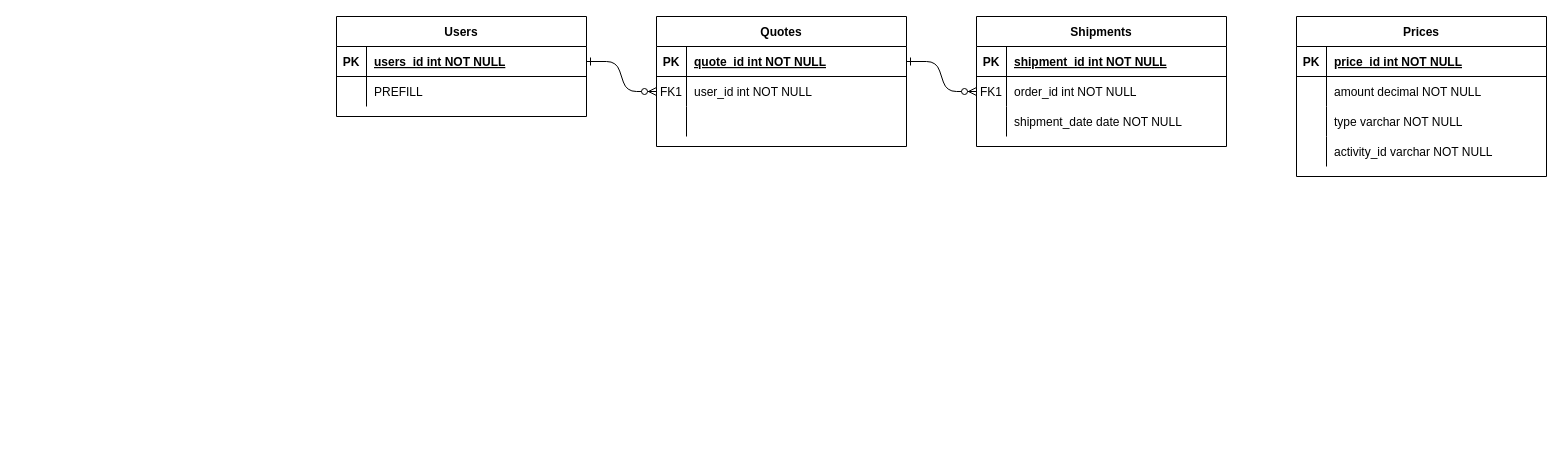
Earlier version of the draw.io diagram Diagrama sin título.drawio (Pcbtroniks/quote). Source tidied: cells renumbered, new cells numbered last; positions are measured from the earlier drawing's top-left corner, leaving out a move shared by most shapes. Both pictures are drawn from the tidied source at 100%, with x=0, y=0 at pixel (336, 16).
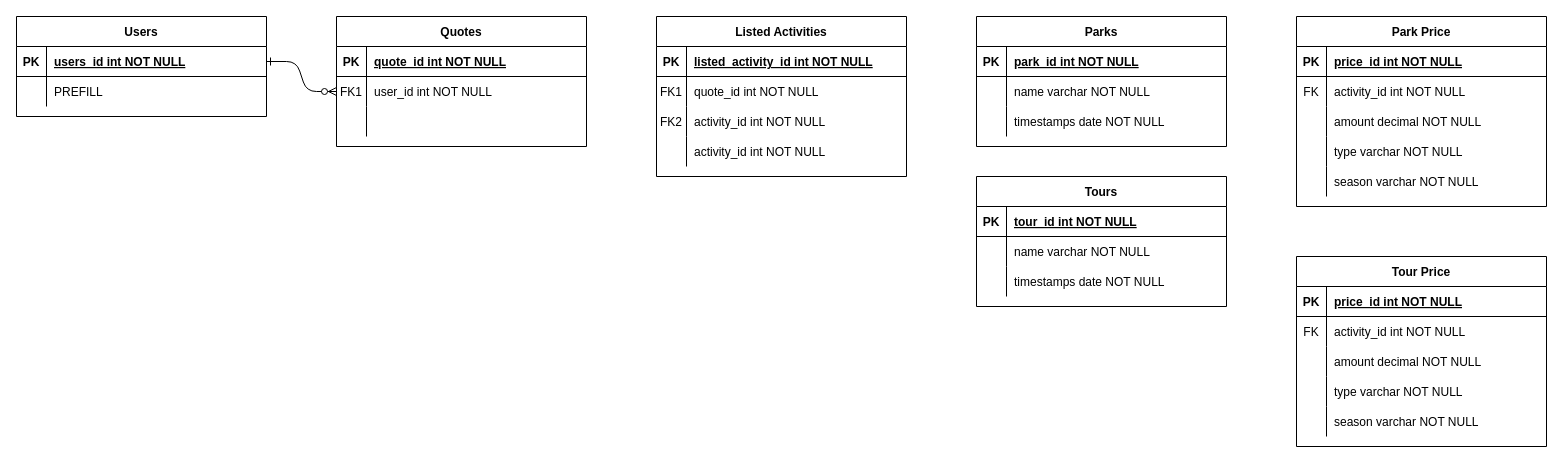
After the change.

Unchanged cells that the change refers to:
```xml
<mxCell id="5" style="shape=partialRectangle;fillColor=none;points=[[0,0.5],[1,0.5]];portConstraint=eastwest;top=0;left=0;right=0;bottom=1;" parent="4" vertex="1">
  <mxGeometry y="30" width="250" height="30" as="geometry" />
</mxCell>
<mxCell id="15" style="shape=partialRectangle;fillColor=none;top=0;left=0;right=0;bottom=1;" parent="14" vertex="1">
  <mxGeometry y="30" width="250" height="30" as="geometry" />
</mxCell>
<mxCell id="18" style="shape=partialRectangle;fillColor=none;points=[[0,0.5],[1,0.5]];portConstraint=eastwest;top=0;left=0;right=0;bottom=0;" parent="14" vertex="1">
  <mxGeometry y="60" width="250" height="30" as="geometry" />
</mxCell>
<mxCell id="21" style="shape=partialRectangle;fillColor=none;top=0;left=0;right=0;bottom=0;" parent="14" vertex="1">
  <mxGeometry y="90" width="250" height="30" as="geometry" />
</mxCell>
```

The edit, as a diff of the source:
```diff
@@
-    <mxCell id="3" style="edgeStyle=entityRelationEdgeStyle;endArrow=ERzeroToMany;startArrow=ERone;endFill=1;startFill=0;" parent="1" edge="1" source="5" target="18">
-      <mxGeometry relative="1" as="geometry" />
-    </mxCell>
     <mxCell id="4" value="Quotes" style="shape=table;startSize=30;childLayout=tableLayout;rowLines=0;fontStyle=1;align=center;" parent="1" vertex="1">
-      <mxGeometry x="320" width="250" height="130" as="geometry" />
+      <mxGeometry width="250" height="130" as="geometry" />
     </mxCell>
@@
-    <mxCell id="14" value="Shipments" style="shape=table;startSize=30;childLayout=tableLayout;rowLines=0;fontStyle=1;align=center;" parent="1" vertex="1">
+    <mxCell id="14" value="Parks" style="shape=table;startSize=30;childLayout=tableLayout;rowLines=0;fontStyle=1;align=center;" parent="1" vertex="1">
       <mxGeometry x="640" width="250" height="130" as="geometry" />
     </mxCell>
@@
-    <mxCell id="17" value="shipment_id int NOT NULL " style="shape=partialRectangle;overflow=hidden;fillColor=none;top=0;left=0;bottom=0;right=0;align=left;spacingLeft=6;fontStyle=5;" parent="15" vertex="1">
+    <mxCell id="17" value="park_id int NOT NULL " style="shape=partialRectangle;overflow=hidden;fillColor=none;top=0;left=0;bottom=0;right=0;align=left;spacingLeft=6;fontStyle=5;" parent="15" vertex="1">
       <mxGeometry x="30" width="220" height="30" as="geometry" />
     </mxCell>
@@
-    <mxCell id="19" value="FK1" style="shape=partialRectangle;overflow=hidden;fillColor=none;top=0;left=0;bottom=0;right=0;" parent="18" vertex="1">
+    <mxCell id="19" style="shape=partialRectangle;overflow=hidden;fillColor=none;top=0;left=0;bottom=0;right=0;" parent="18" vertex="1">
       <mxGeometry width="30" height="30" as="geometry" />
     </mxCell>
-    <mxCell id="20" value="order_id int NOT NULL" style="shape=partialRectangle;overflow=hidden;fillColor=none;top=0;left=0;bottom=0;right=0;align=left;spacingLeft=6;" parent="18" vertex="1">
+    <mxCell id="20" value="name varchar NOT NULL" style="shape=partialRectangle;overflow=hidden;fillColor=none;top=0;left=0;bottom=0;right=0;align=left;spacingLeft=6;" parent="18" vertex="1">
       <mxGeometry x="30" width="220" height="30" as="geometry" />
     </mxCell>
@@
-    <mxCell id="23" value="shipment_date date NOT NULL" style="shape=partialRectangle;overflow=hidden;fillColor=none;top=0;left=0;bottom=0;right=0;align=left;spacingLeft=6;" parent="21" vertex="1">
+    <mxCell id="23" value="timestamps date NOT NULL" style="shape=partialRectangle;overflow=hidden;fillColor=none;top=0;left=0;bottom=0;right=0;align=left;spacingLeft=6;" parent="21" vertex="1">
       <mxGeometry x="30" width="220" height="30" as="geometry" />
     </mxCell>
     <mxCell id="24" value="Users" style="shape=table;startSize=30;childLayout=tableLayout;rowLines=0;fontStyle=1;align=center;" parent="1" vertex="1">
-      <mxGeometry width="250" height="100" as="geometry" />
+      <mxGeometry x="-320" width="250" height="100" as="geometry" />
     </mxCell>
@@
-    <mxCell id="31" value="Prices" style="shape=table;startSize=30;childLayout=tableLayout;rowLines=0;fontStyle=1;align=center;" parent="1" vertex="1">
-      <mxGeometry x="960" width="250" height="160" as="geometry" />
+    <mxCell id="31" value="Park Price" style="shape=table;startSize=30;childLayout=tableLayout;rowLines=0;fontStyle=1;align=center;" parent="1" vertex="1">
+      <mxGeometry x="960" width="250" height="190" as="geometry" />
     </mxCell>
@@
+    <mxCell id="41" style="shape=partialRectangle;fillColor=none;top=0;left=0;right=0;bottom=0;" parent="31" vertex="1">
+      <mxGeometry y="60" width="250" height="30" as="geometry" />
+    </mxCell>
+    <mxCell id="42" value="FK" style="shape=partialRectangle;overflow=hidden;fillColor=none;top=0;left=0;bottom=0;right=0;" parent="41" vertex="1">
+      <mxGeometry width="30" height="30" as="geometry" />
+    </mxCell>
+    <mxCell id="43" value="activity_id int NOT NULL" style="shape=partialRectangle;overflow=hidden;fillColor=none;top=0;left=0;bottom=0;right=0;align=left;spacingLeft=6;" parent="41" vertex="1">
+      <mxGeometry x="30" width="220" height="30" as="geometry" />
+    </mxCell>
     <mxCell id="35" style="shape=partialRectangle;fillColor=none;top=0;left=0;right=0;bottom=0;" parent="31" vertex="1">
-      <mxGeometry y="60" width="250" height="30" as="geometry" />
+      <mxGeometry y="90" width="250" height="30" as="geometry" />
     </mxCell>
@@
     <mxCell id="38" style="shape=partialRectangle;fillColor=none;top=0;left=0;right=0;bottom=0;" parent="31" vertex="1">
-      <mxGeometry y="90" width="250" height="30" as="geometry" />
+      <mxGeometry y="120" width="250" height="30" as="geometry" />
     </mxCell>
@@
-    <mxCell id="41" style="shape=partialRectangle;fillColor=none;top=0;left=0;right=0;bottom=0;" parent="31" vertex="1">
-      <mxGeometry y="120" width="250" height="30" as="geometry" />
-    </mxCell>
-    <mxCell id="42" style="shape=partialRectangle;overflow=hidden;fillColor=none;top=0;left=0;bottom=0;right=0;" parent="41" vertex="1">
-      <mxGeometry width="30" height="30" as="geometry" />
-    </mxCell>
-    <mxCell id="43" value="activity_id varchar NOT NULL" style="shape=partialRectangle;overflow=hidden;fillColor=none;top=0;left=0;bottom=0;right=0;align=left;spacingLeft=6;" parent="41" vertex="1">
-      <mxGeometry x="30" width="220" height="30" as="geometry" />
-    </mxCell>
+    <mxCell id="44" style="shape=partialRectangle;fillColor=none;top=0;left=0;right=0;bottom=0;" parent="31" vertex="1">
+      <mxGeometry y="150" width="250" height="30" as="geometry" />
+    </mxCell>
+    <mxCell id="45" style="shape=partialRectangle;overflow=hidden;fillColor=none;top=0;left=0;bottom=0;right=0;" parent="44" vertex="1">
+      <mxGeometry width="30" height="30" as="geometry" />
+    </mxCell>
+    <mxCell id="46" value="season varchar NOT NULL" style="shape=partialRectangle;overflow=hidden;fillColor=none;top=0;left=0;bottom=0;right=0;align=left;spacingLeft=6;" parent="44" vertex="1">
+      <mxGeometry x="30" width="220" height="30" as="geometry" />
+    </mxCell>
+    <mxCell id="47" value="Tour Price" style="shape=table;startSize=30;childLayout=tableLayout;rowLines=0;fontStyle=1;align=center;" parent="1" vertex="1">
+      <mxGeometry x="960" y="240" width="250" height="190" as="geometry" />
+    </mxCell>
+    <mxCell id="48" style="shape=partialRectangle;fillColor=none;top=0;left=0;right=0;bottom=1;" parent="47" vertex="1">
+      <mxGeometry y="30" width="250" height="30" as="geometry" />
+    </mxCell>
+    <mxCell id="49" value="PK" style="shape=partialRectangle;overflow=hidden;fillColor=none;top=0;left=0;bottom=0;right=0;fontStyle=1;" parent="48" vertex="1">
+      <mxGeometry width="30" height="30" as="geometry" />
+    </mxCell>
+    <mxCell id="50" value="price_id int NOT NULL " style="shape=partialRectangle;overflow=hidden;fillColor=none;top=0;left=0;bottom=0;right=0;align=left;spacingLeft=6;fontStyle=5;" parent="48" vertex="1">
+      <mxGeometry x="30" width="220" height="30" as="geometry" />
+    </mxCell>
+    <mxCell id="51" style="shape=partialRectangle;fillColor=none;top=0;left=0;right=0;bottom=0;" parent="47" vertex="1">
+      <mxGeometry y="60" width="250" height="30" as="geometry" />
+    </mxCell>
+    <mxCell id="52" value="FK" style="shape=partialRectangle;overflow=hidden;fillColor=none;top=0;left=0;bottom=0;right=0;" parent="51" vertex="1">
+      <mxGeometry width="30" height="30" as="geometry" />
+    </mxCell>
+    <mxCell id="53" value="activity_id int NOT NULL" style="shape=partialRectangle;overflow=hidden;fillColor=none;top=0;left=0;bottom=0;right=0;align=left;spacingLeft=6;" parent="51" vertex="1">
+      <mxGeometry x="30" width="220" height="30" as="geometry" />
+    </mxCell>
+    <mxCell id="54" style="shape=partialRectangle;fillColor=none;top=0;left=0;right=0;bottom=0;" parent="47" vertex="1">
+      <mxGeometry y="90" width="250" height="30" as="geometry" />
+    </mxCell>
+    <mxCell id="55" style="shape=partialRectangle;overflow=hidden;fillColor=none;top=0;left=0;bottom=0;right=0;" parent="54" vertex="1">
+      <mxGeometry width="30" height="30" as="geometry" />
+    </mxCell>
+    <mxCell id="56" value="amount decimal NOT NULL" style="shape=partialRectangle;overflow=hidden;fillColor=none;top=0;left=0;bottom=0;right=0;align=left;spacingLeft=6;" parent="54" vertex="1">
+      <mxGeometry x="30" width="220" height="30" as="geometry" />
+    </mxCell>
+    <mxCell id="57" style="shape=partialRectangle;fillColor=none;top=0;left=0;right=0;bottom=0;" parent="47" vertex="1">
+      <mxGeometry y="120" width="250" height="30" as="geometry" />
+    </mxCell>
+    <mxCell id="58" style="shape=partialRectangle;overflow=hidden;fillColor=none;top=0;left=0;bottom=0;right=0;" parent="57" vertex="1">
+      <mxGeometry width="30" height="30" as="geometry" />
+    </mxCell>
+    <mxCell id="59" value="type varchar NOT NULL" style="shape=partialRectangle;overflow=hidden;fillColor=none;top=0;left=0;bottom=0;right=0;align=left;spacingLeft=6;" parent="57" vertex="1">
+      <mxGeometry x="30" width="220" height="30" as="geometry" />
+    </mxCell>
+    <mxCell id="60" style="shape=partialRectangle;fillColor=none;top=0;left=0;right=0;bottom=0;" parent="47" vertex="1">
+      <mxGeometry y="150" width="250" height="30" as="geometry" />
+    </mxCell>
+    <mxCell id="61" style="shape=partialRectangle;overflow=hidden;fillColor=none;top=0;left=0;bottom=0;right=0;" parent="60" vertex="1">
+      <mxGeometry width="30" height="30" as="geometry" />
+    </mxCell>
+    <mxCell id="62" value="season varchar NOT NULL" style="shape=partialRectangle;overflow=hidden;fillColor=none;top=0;left=0;bottom=0;right=0;align=left;spacingLeft=6;" parent="60" vertex="1">
+      <mxGeometry x="30" width="220" height="30" as="geometry" />
+    </mxCell>
+    <mxCell id="63" value="Tours" style="shape=table;startSize=30;childLayout=tableLayout;rowLines=0;fontStyle=1;align=center;" parent="1" vertex="1">
+      <mxGeometry x="640" y="160" width="250" height="130" as="geometry" />
+    </mxCell>
+    <mxCell id="64" style="shape=partialRectangle;fillColor=none;top=0;left=0;right=0;bottom=1;" parent="63" vertex="1">
+      <mxGeometry y="30" width="250" height="30" as="geometry" />
+    </mxCell>
+    <mxCell id="65" value="PK" style="shape=partialRectangle;overflow=hidden;fillColor=none;top=0;left=0;bottom=0;right=0;fontStyle=1;" parent="64" vertex="1">
+      <mxGeometry width="30" height="30" as="geometry" />
+    </mxCell>
+    <mxCell id="66" value="tour_id int NOT NULL " style="shape=partialRectangle;overflow=hidden;fillColor=none;top=0;left=0;bottom=0;right=0;align=left;spacingLeft=6;fontStyle=5;" parent="64" vertex="1">
+      <mxGeometry x="30" width="220" height="30" as="geometry" />
+    </mxCell>
+    <mxCell id="67" style="shape=partialRectangle;fillColor=none;top=0;left=0;right=0;bottom=0;" parent="63" vertex="1">
+      <mxGeometry y="60" width="250" height="30" as="geometry" />
+    </mxCell>
+    <mxCell id="68" style="shape=partialRectangle;overflow=hidden;fillColor=none;top=0;left=0;bottom=0;right=0;" parent="67" vertex="1">
+      <mxGeometry width="30" height="30" as="geometry" />
+    </mxCell>
+    <mxCell id="69" value="name varchar NOT NULL" style="shape=partialRectangle;overflow=hidden;fillColor=none;top=0;left=0;bottom=0;right=0;align=left;spacingLeft=6;" parent="67" vertex="1">
+      <mxGeometry x="30" width="220" height="30" as="geometry" />
+    </mxCell>
+    <mxCell id="70" style="shape=partialRectangle;fillColor=none;top=0;left=0;right=0;bottom=0;" parent="63" vertex="1">
+      <mxGeometry y="90" width="250" height="30" as="geometry" />
+    </mxCell>
+    <mxCell id="71" style="shape=partialRectangle;overflow=hidden;fillColor=none;top=0;left=0;bottom=0;right=0;" parent="70" vertex="1">
+      <mxGeometry width="30" height="30" as="geometry" />
+    </mxCell>
+    <mxCell id="72" value="timestamps date NOT NULL" style="shape=partialRectangle;overflow=hidden;fillColor=none;top=0;left=0;bottom=0;right=0;align=left;spacingLeft=6;" parent="70" vertex="1">
+      <mxGeometry x="30" width="220" height="30" as="geometry" />
+    </mxCell>
+    <mxCell id="73" value="Listed Activities" style="shape=table;startSize=30;childLayout=tableLayout;rowLines=0;fontStyle=1;align=center;" parent="1" vertex="1">
+      <mxGeometry x="320" width="250" height="160" as="geometry" />
+    </mxCell>
+    <mxCell id="74" style="shape=partialRectangle;fillColor=none;top=0;left=0;right=0;bottom=1;" parent="73" vertex="1">
+      <mxGeometry y="30" width="250" height="30" as="geometry" />
+    </mxCell>
+    <mxCell id="75" value="PK" style="shape=partialRectangle;overflow=hidden;fillColor=none;top=0;left=0;bottom=0;right=0;fontStyle=1;" parent="74" vertex="1">
+      <mxGeometry width="30" height="30" as="geometry" />
+    </mxCell>
+    <mxCell id="76" value="listed_activity_id int NOT NULL " style="shape=partialRectangle;overflow=hidden;fillColor=none;top=0;left=0;bottom=0;right=0;align=left;spacingLeft=6;fontStyle=5;" parent="74" vertex="1">
+      <mxGeometry x="30" width="220" height="30" as="geometry" />
+    </mxCell>
+    <mxCell id="77" style="shape=partialRectangle;fillColor=none;top=0;left=0;right=0;bottom=0;" parent="73" vertex="1">
+      <mxGeometry y="60" width="250" height="30" as="geometry" />
+    </mxCell>
+    <mxCell id="78" value="FK1" style="shape=partialRectangle;overflow=hidden;fillColor=none;top=0;left=0;bottom=0;right=0;" parent="77" vertex="1">
+      <mxGeometry width="30" height="30" as="geometry" />
+    </mxCell>
+    <mxCell id="79" value="quote_id int NOT NULL" style="shape=partialRectangle;overflow=hidden;fillColor=none;top=0;left=0;bottom=0;right=0;align=left;spacingLeft=6;" parent="77" vertex="1">
+      <mxGeometry x="30" width="220" height="30" as="geometry" />
+    </mxCell>
+    <mxCell id="80" style="shape=partialRectangle;fillColor=none;top=0;left=0;right=0;bottom=0;" parent="73" vertex="1">
+      <mxGeometry y="90" width="250" height="30" as="geometry" />
+    </mxCell>
+    <mxCell id="81" value="FK2" style="shape=partialRectangle;overflow=hidden;fillColor=none;top=0;left=0;bottom=0;right=0;" parent="80" vertex="1">
+      <mxGeometry width="30" height="30" as="geometry" />
+    </mxCell>
+    <mxCell id="82" value="activity_id int NOT NULL" style="shape=partialRectangle;overflow=hidden;fillColor=none;top=0;left=0;bottom=0;right=0;align=left;spacingLeft=6;" parent="80" vertex="1">
+      <mxGeometry x="30" width="220" height="30" as="geometry" />
+    </mxCell>
+    <mxCell id="83" style="shape=partialRectangle;fillColor=none;top=0;left=0;right=0;bottom=0;" parent="73" vertex="1">
+      <mxGeometry y="120" width="250" height="30" as="geometry" />
+    </mxCell>
+    <mxCell id="84" style="shape=partialRectangle;overflow=hidden;fillColor=none;top=0;left=0;bottom=0;right=0;" parent="83" vertex="1">
+      <mxGeometry width="30" height="30" as="geometry" />
+    </mxCell>
+    <mxCell id="85" value="activity_id int NOT NULL" style="shape=partialRectangle;overflow=hidden;fillColor=none;top=0;left=0;bottom=0;right=0;align=left;spacingLeft=6;" parent="83" vertex="1">
+      <mxGeometry x="30" width="220" height="30" as="geometry" />
+    </mxCell>
```
